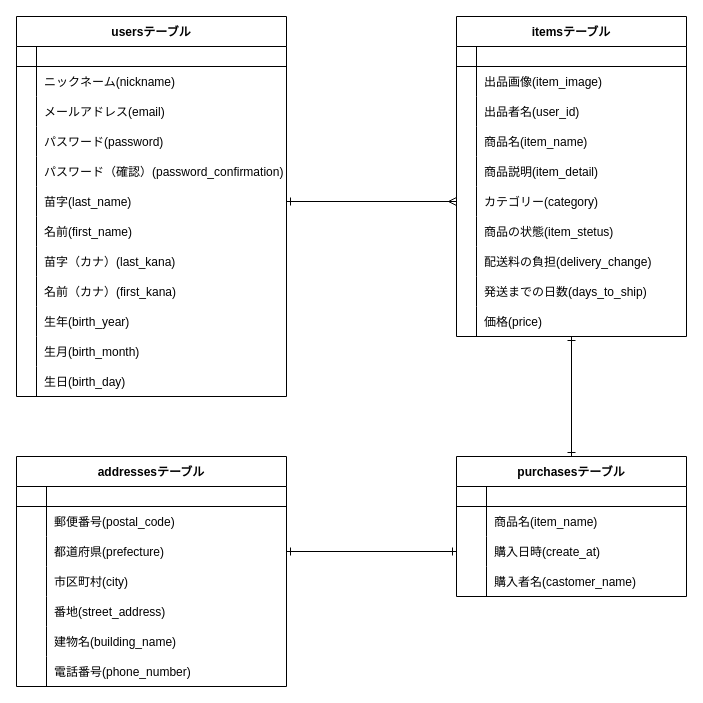
m81-ito-keisuke/furima-28163 keeps this draw.io diagram as furima.dio. Above is the earlier version. Source tidied: cells renumbered, new cells numbered last; positions are measured from the earlier drawing's top-left corner, leaving out a move shared by most shapes. Both pictures are drawn from the tidied source at 100%, with x=0, y=0 at pixel (16, 16).
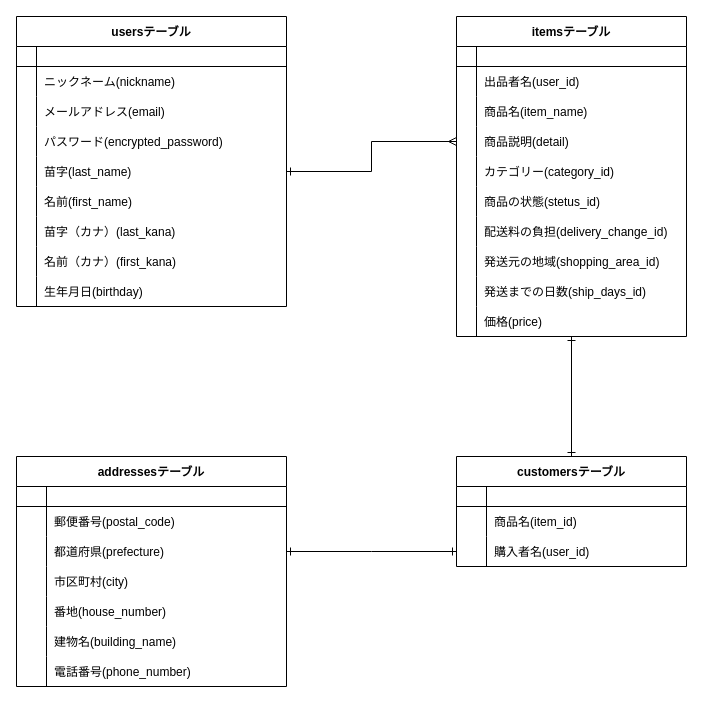
After the change.

Commit message (it also covers changes not shown here):
テーブル,カラムの修正

The change refers to these unchanged cells:
```xml
<mxCell id="12" style="shape=partialRectangle;fillColor=none;top=0;left=0;bottom=0;right=0;" parent="2" vertex="1">
  <mxGeometry y="110" width="270" height="30" as="geometry" />
</mxCell>
<mxCell id="40" value="itemsテーブル" style="shape=table;startSize=30;childLayout=tableLayout;rowLines=0;fontStyle=1;align=center;" parent="1" vertex="1">
  <mxGeometry x="440" width="230" height="320" as="geometry" />
</mxCell>
<mxCell id="65" style="shape=partialRectangle;fillColor=none;top=0;left=0;bottom=0;right=0;" parent="40" vertex="1">
  <mxGeometry y="260" width="230" height="30" as="geometry" />
</mxCell>
<mxCell id="77" style="shape=partialRectangle;fillColor=none;top=0;left=0;bottom=0;right=0;" parent="73" vertex="1">
  <mxGeometry y="50" width="230" height="30" as="geometry" />
</mxCell>
<mxCell id="93" style="shape=partialRectangle;fillColor=none;top=0;left=0;bottom=0;right=0;points=[[0,0.5],[1,0.5]];portConstraint=eastwest;" parent="86" vertex="1">
  <mxGeometry y="80" width="270" height="30" as="geometry" />
</mxCell>
<mxCell id="99" style="shape=partialRectangle;fillColor=none;top=0;left=0;bottom=0;right=0;" parent="86" vertex="1">
  <mxGeometry y="140" width="270" height="30" as="geometry" />
</mxCell>
```

The edit, as a diff of the source:
```diff
@@
     <mxCell id="2" value="usersテーブル" style="shape=table;startSize=30;childLayout=tableLayout;rowLines=0;fontStyle=1;align=center;" parent="1" vertex="1">
-      <mxGeometry width="270" height="380" as="geometry" />
+      <mxGeometry width="270" height="290" as="geometry" />
     </mxCell>
@@
-    <mxCell id="14" value="パスワード(password)" style="shape=partialRectangle;fillColor=none;top=0;left=0;bottom=0;right=0;align=left;spacingLeft=6;overflow=hidden;" parent="12" vertex="1">
+    <mxCell id="14" value="パスワード(encrypted_password)" style="shape=partialRectangle;fillColor=none;top=0;left=0;bottom=0;right=0;align=left;spacingLeft=6;overflow=hidden;" parent="12" vertex="1">
       <mxGeometry x="20" width="250" height="30" as="geometry" />
     </mxCell>
-    <mxCell id="15" style="shape=partialRectangle;fillColor=none;top=0;left=0;bottom=0;right=0;" parent="2" vertex="1">
-      <mxGeometry y="140" width="270" height="30" as="geometry" />
-    </mxCell>
-    <mxCell id="16" style="shape=partialRectangle;fillColor=none;top=0;left=0;bottom=0;right=0;overflow=hidden;" parent="15" vertex="1">
-      <mxGeometry width="20" height="30" as="geometry" />
-    </mxCell>
-    <mxCell id="17" value="パスワード（確認）(password_confirmation)" style="shape=partialRectangle;fillColor=none;top=0;left=0;bottom=0;right=0;align=left;spacingLeft=6;overflow=hidden;" parent="15" vertex="1">
-      <mxGeometry x="20" width="250" height="30" as="geometry" />
-    </mxCell>
     <mxCell id="18" style="shape=partialRectangle;fillColor=none;top=0;left=0;bottom=0;right=0;points=[[0,0.5],[1,0.5]];portConstraint=eastwest;" parent="2" vertex="1">
-      <mxGeometry y="170" width="270" height="30" as="geometry" />
+      <mxGeometry y="140" width="270" height="30" as="geometry" />
     </mxCell>
@@
     <mxCell id="21" style="shape=partialRectangle;fillColor=none;top=0;left=0;bottom=0;right=0;" parent="2" vertex="1">
-      <mxGeometry y="200" width="270" height="30" as="geometry" />
+      <mxGeometry y="170" width="270" height="30" as="geometry" />
     </mxCell>
@@
     <mxCell id="24" style="shape=partialRectangle;fillColor=none;top=0;left=0;bottom=0;right=0;" parent="2" vertex="1">
-      <mxGeometry y="230" width="270" height="30" as="geometry" />
+      <mxGeometry y="200" width="270" height="30" as="geometry" />
     </mxCell>
@@
     <mxCell id="27" style="shape=partialRectangle;fillColor=none;top=0;left=0;bottom=0;right=0;" parent="2" vertex="1">
-      <mxGeometry y="260" width="270" height="30" as="geometry" />
+      <mxGeometry y="230" width="270" height="30" as="geometry" />
     </mxCell>
@@
     <mxCell id="30" style="shape=partialRectangle;fillColor=none;top=0;left=0;bottom=0;right=0;" parent="2" vertex="1">
-      <mxGeometry y="290" width="270" height="30" as="geometry" />
+      <mxGeometry y="260" width="270" height="30" as="geometry" />
     </mxCell>
@@
-    <mxCell id="32" value="生年(birth_year)" style="shape=partialRectangle;fillColor=none;top=0;left=0;bottom=0;right=0;align=left;spacingLeft=6;overflow=hidden;" parent="30" vertex="1">
+    <mxCell id="32" value="生年月日(birthday)" style="shape=partialRectangle;fillColor=none;top=0;left=0;bottom=0;right=0;align=left;spacingLeft=6;overflow=hidden;" parent="30" vertex="1">
       <mxGeometry x="20" width="250" height="30" as="geometry" />
     </mxCell>
-    <mxCell id="33" style="shape=partialRectangle;fillColor=none;top=0;left=0;bottom=0;right=0;" parent="2" vertex="1">
-      <mxGeometry y="320" width="270" height="30" as="geometry" />
-    </mxCell>
-    <mxCell id="34" style="shape=partialRectangle;fillColor=none;top=0;left=0;bottom=0;right=0;overflow=hidden;" parent="33" vertex="1">
-      <mxGeometry width="20" height="30" as="geometry" />
-    </mxCell>
-    <mxCell id="35" value="生月(birth_month)" style="shape=partialRectangle;fillColor=none;top=0;left=0;bottom=0;right=0;align=left;spacingLeft=6;overflow=hidden;" parent="33" vertex="1">
-      <mxGeometry x="20" width="250" height="30" as="geometry" />
-    </mxCell>
-    <mxCell id="36" style="shape=partialRectangle;fillColor=none;top=0;left=0;bottom=0;right=0;" parent="2" vertex="1">
-      <mxGeometry y="350" width="270" height="30" as="geometry" />
-    </mxCell>
-    <mxCell id="37" style="shape=partialRectangle;fillColor=none;top=0;left=0;bottom=0;right=0;overflow=hidden;" parent="36" vertex="1">
-      <mxGeometry width="20" height="30" as="geometry" />
-    </mxCell>
-    <mxCell id="38" value="生日(birth_day)" style="shape=partialRectangle;fillColor=none;top=0;left=0;bottom=0;right=0;align=left;spacingLeft=6;overflow=hidden;" parent="36" vertex="1">
-      <mxGeometry x="20" width="250" height="30" as="geometry" />
-    </mxCell>
-    <mxCell id="39" style="edgeStyle=orthogonalEdgeStyle;rounded=0;jettySize=auto;html=1;exitX=1;exitY=0.5;exitDx=0;exitDy=0;startArrow=ERone;startFill=0;endArrow=ERmany;endFill=0;" parent="1" edge="1" source="18" target="56">
+    <mxCell id="39" style="edgeStyle=orthogonalEdgeStyle;rounded=0;jettySize=auto;html=1;exitX=1;exitY=0.5;exitDx=0;exitDy=0;startArrow=ERone;startFill=0;endArrow=ERmany;endFill=0;entryX=0;entryY=0.5;entryDx=0;entryDy=0;" parent="1" edge="1" source="18" target="53">
       <mxGeometry relative="1" as="geometry" />
     </mxCell>
@@
-    <mxCell id="44" style="shape=partialRectangle;fillColor=none;top=0;left=0;bottom=0;right=0;" parent="40" vertex="1">
-      <mxGeometry y="50" width="230" height="30" as="geometry" />
-    </mxCell>
-    <mxCell id="45" style="shape=partialRectangle;fillColor=none;top=0;left=0;bottom=0;right=0;overflow=hidden;" parent="44" vertex="1">
-      <mxGeometry width="20" height="30" as="geometry" />
-    </mxCell>
-    <mxCell id="46" value="出品画像(item_image)" style="shape=partialRectangle;fillColor=none;top=0;left=0;bottom=0;right=0;align=left;spacingLeft=6;overflow=hidden;" parent="44" vertex="1">
-      <mxGeometry x="20" width="210" height="30" as="geometry" />
-    </mxCell>
     <mxCell id="47" style="shape=partialRectangle;fillColor=none;top=0;left=0;bottom=0;right=0;" parent="40" vertex="1">
-      <mxGeometry y="80" width="230" height="30" as="geometry" />
+      <mxGeometry y="50" width="230" height="30" as="geometry" />
     </mxCell>
@@
     <mxCell id="50" style="shape=partialRectangle;fillColor=none;top=0;left=0;bottom=0;right=0;" parent="40" vertex="1">
-      <mxGeometry y="110" width="230" height="30" as="geometry" />
+      <mxGeometry y="80" width="230" height="30" as="geometry" />
     </mxCell>
@@
     <mxCell id="53" style="shape=partialRectangle;fillColor=none;top=0;left=0;bottom=0;right=0;points=[[0,0.5],[1,0.5]];portConstraint=eastwest;" parent="40" vertex="1">
-      <mxGeometry y="140" width="230" height="30" as="geometry" />
+      <mxGeometry y="110" width="230" height="30" as="geometry" />
     </mxCell>
@@
-    <mxCell id="55" value="商品説明(item_detail)" style="shape=partialRectangle;fillColor=none;top=0;left=0;bottom=0;right=0;align=left;spacingLeft=6;overflow=hidden;" parent="53" vertex="1">
+    <mxCell id="55" value="商品説明(detail)" style="shape=partialRectangle;fillColor=none;top=0;left=0;bottom=0;right=0;align=left;spacingLeft=6;overflow=hidden;" parent="53" vertex="1">
       <mxGeometry x="20" width="210" height="30" as="geometry" />
     </mxCell>
     <mxCell id="56" style="shape=partialRectangle;fillColor=none;top=0;left=0;bottom=0;right=0;points=[[0,0.5],[1,0.5]];portConstraint=eastwest;" parent="40" vertex="1">
-      <mxGeometry y="170" width="230" height="30" as="geometry" />
+      <mxGeometry y="140" width="230" height="30" as="geometry" />
     </mxCell>
@@
-    <mxCell id="58" value="カテゴリー(category)" style="shape=partialRectangle;fillColor=none;top=0;left=0;bottom=0;right=0;align=left;spacingLeft=6;overflow=hidden;" parent="56" vertex="1">
+    <mxCell id="58" value="カテゴリー(category_id)" style="shape=partialRectangle;fillColor=none;top=0;left=0;bottom=0;right=0;align=left;spacingLeft=6;overflow=hidden;" parent="56" vertex="1">
       <mxGeometry x="20" width="210" height="30" as="geometry" />
     </mxCell>
     <mxCell id="59" style="shape=partialRectangle;fillColor=none;top=0;left=0;bottom=0;right=0;" parent="40" vertex="1">
-      <mxGeometry y="200" width="230" height="30" as="geometry" />
+      <mxGeometry y="170" width="230" height="30" as="geometry" />
     </mxCell>
@@
-    <mxCell id="61" value="商品の状態(item_stetus)" style="shape=partialRectangle;fillColor=none;top=0;left=0;bottom=0;right=0;align=left;spacingLeft=6;overflow=hidden;" parent="59" vertex="1">
+    <mxCell id="61" value="商品の状態(stetus_id)" style="shape=partialRectangle;fillColor=none;top=0;left=0;bottom=0;right=0;align=left;spacingLeft=6;overflow=hidden;" parent="59" vertex="1">
       <mxGeometry x="20" width="210" height="30" as="geometry" />
     </mxCell>
     <mxCell id="62" style="shape=partialRectangle;fillColor=none;top=0;left=0;bottom=0;right=0;" parent="40" vertex="1">
-      <mxGeometry y="230" width="230" height="30" as="geometry" />
+      <mxGeometry y="200" width="230" height="30" as="geometry" />
     </mxCell>
@@
-    <mxCell id="64" value="配送料の負担(delivery_change)" style="shape=partialRectangle;fillColor=none;top=0;left=0;bottom=0;right=0;align=left;spacingLeft=6;overflow=hidden;" parent="62" vertex="1">
+    <mxCell id="64" value="配送料の負担(delivery_change_id)" style="shape=partialRectangle;fillColor=none;top=0;left=0;bottom=0;right=0;align=left;spacingLeft=6;overflow=hidden;" parent="62" vertex="1">
       <mxGeometry x="20" width="210" height="30" as="geometry" />
     </mxCell>
+    <mxCell id="109" style="shape=partialRectangle;fillColor=none;top=0;left=0;bottom=0;right=0;" parent="40" vertex="1">
+      <mxGeometry y="230" width="230" height="30" as="geometry" />
+    </mxCell>
+    <mxCell id="110" style="shape=partialRectangle;fillColor=none;top=0;left=0;bottom=0;right=0;overflow=hidden;" parent="109" vertex="1">
+      <mxGeometry width="20" height="30" as="geometry" />
+    </mxCell>
+    <mxCell id="111" value="発送元の地域(shopping_area_id)" style="shape=partialRectangle;fillColor=none;top=0;left=0;bottom=0;right=0;align=left;spacingLeft=6;overflow=hidden;" parent="109" vertex="1">
+      <mxGeometry x="20" width="210" height="30" as="geometry" />
+    </mxCell>
@@
-    <mxCell id="67" value="発送までの日数(days_to_ship)" style="shape=partialRectangle;fillColor=none;top=0;left=0;bottom=0;right=0;align=left;spacingLeft=6;overflow=hidden;" parent="65" vertex="1">
+    <mxCell id="67" value="発送までの日数(ship_days_id)" style="shape=partialRectangle;fillColor=none;top=0;left=0;bottom=0;right=0;align=left;spacingLeft=6;overflow=hidden;" parent="65" vertex="1">
       <mxGeometry x="20" width="210" height="30" as="geometry" />
     </mxCell>
@@
-    <mxCell id="73" value="purchasesテーブル" style="shape=table;startSize=30;childLayout=tableLayout;rowLines=0;fontStyle=1;align=center;" parent="1" vertex="1">
-      <mxGeometry x="440" y="440" width="230" height="140" as="geometry" />
+    <mxCell id="73" value="customersテーブル" style="shape=table;startSize=30;childLayout=tableLayout;rowLines=0;fontStyle=1;align=center;" parent="1" vertex="1">
+      <mxGeometry x="440" y="440" width="230" height="110" as="geometry" />
     </mxCell>
@@
-    <mxCell id="79" value="商品名(item_name)" style="shape=partialRectangle;fillColor=none;top=0;left=0;bottom=0;right=0;align=left;spacingLeft=6;overflow=hidden;" parent="77" vertex="1">
+    <mxCell id="79" value="商品名(item_id)" style="shape=partialRectangle;fillColor=none;top=0;left=0;bottom=0;right=0;align=left;spacingLeft=6;overflow=hidden;" parent="77" vertex="1">
       <mxGeometry x="30" width="200" height="30" as="geometry" />
     </mxCell>
-    <mxCell id="80" style="shape=partialRectangle;fillColor=none;top=0;left=0;bottom=0;right=0;points=[[0,0.5],[1,0.5]];portConstraint=eastwest;" parent="73" vertex="1">
-      <mxGeometry y="80" width="230" height="30" as="geometry" />
-    </mxCell>
-    <mxCell id="81" style="shape=partialRectangle;fillColor=none;top=0;left=0;bottom=0;right=0;overflow=hidden;" parent="80" vertex="1">
-      <mxGeometry width="30" height="30" as="geometry" />
-    </mxCell>
-    <mxCell id="82" value="購入日時(create_at)" style="shape=partialRectangle;fillColor=none;top=0;left=0;bottom=0;right=0;align=left;spacingLeft=6;overflow=hidden;" parent="80" vertex="1">
-      <mxGeometry x="30" width="200" height="30" as="geometry" />
-    </mxCell>
     <mxCell id="83" style="shape=partialRectangle;fillColor=none;top=0;left=0;bottom=0;right=0;" parent="73" vertex="1">
-      <mxGeometry y="110" width="230" height="30" as="geometry" />
+      <mxGeometry y="80" width="230" height="30" as="geometry" />
     </mxCell>
@@
-    <mxCell id="85" value="購入者名(castomer_name)" style="shape=partialRectangle;fillColor=none;top=0;left=0;bottom=0;right=0;align=left;spacingLeft=6;overflow=hidden;" parent="83" vertex="1">
+    <mxCell id="85" value="購入者名(user_id)" style="shape=partialRectangle;fillColor=none;top=0;left=0;bottom=0;right=0;align=left;spacingLeft=6;overflow=hidden;" parent="83" vertex="1">
       <mxGeometry x="30" width="200" height="30" as="geometry" />
     </mxCell>
@@
-    <mxCell id="101" value="番地(street_address)" style="shape=partialRectangle;fillColor=none;top=0;left=0;bottom=0;right=0;align=left;spacingLeft=6;overflow=hidden;" parent="99" vertex="1">
+    <mxCell id="101" value="番地(house_number)" style="shape=partialRectangle;fillColor=none;top=0;left=0;bottom=0;right=0;align=left;spacingLeft=6;overflow=hidden;" parent="99" vertex="1">
       <mxGeometry x="30" width="240" height="30" as="geometry" />
     </mxCell>
@@
-    <mxCell id="108" style="edgeStyle=orthogonalEdgeStyle;rounded=0;jettySize=auto;html=1;entryX=0;entryY=0.5;entryDx=0;entryDy=0;startArrow=ERone;startFill=0;endArrow=ERone;endFill=0;" parent="1" edge="1" source="93" target="80">
-      <mxGeometry relative="1" as="geometry" />
+    <mxCell id="108" style="edgeStyle=orthogonalEdgeStyle;rounded=0;jettySize=auto;html=1;entryX=0;entryY=0.5;entryDx=0;entryDy=0;startArrow=ERone;startFill=0;endArrow=ERone;endFill=0;" parent="1" edge="1" source="93">
+      <mxGeometry relative="1" as="geometry">
+        <mxPoint x="440" y="535" as="targetPoint" />
+      </mxGeometry>
     </mxCell>
```
